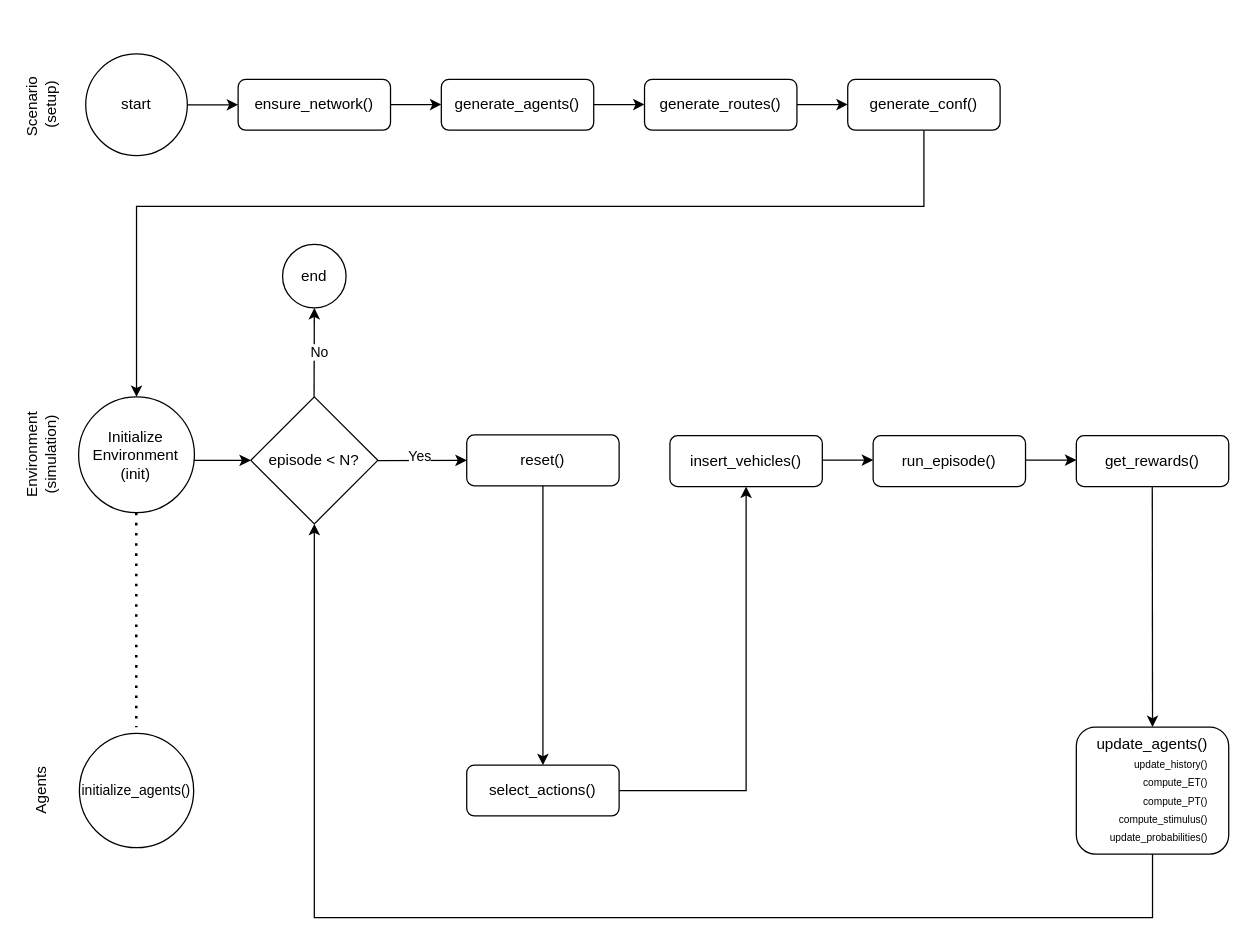
Above: Thesis.drawio in MiguelDonado/TFM_TraSIrr (draw.io), before the change. Source tidied: cells renumbered, new cells numbered last; positions are measured from the earlier drawing's top-left corner, leaving out a move shared by most shapes. Both pictures are drawn from the tidied source at 127%, with x=0, y=0 at pixel (-42, 53).
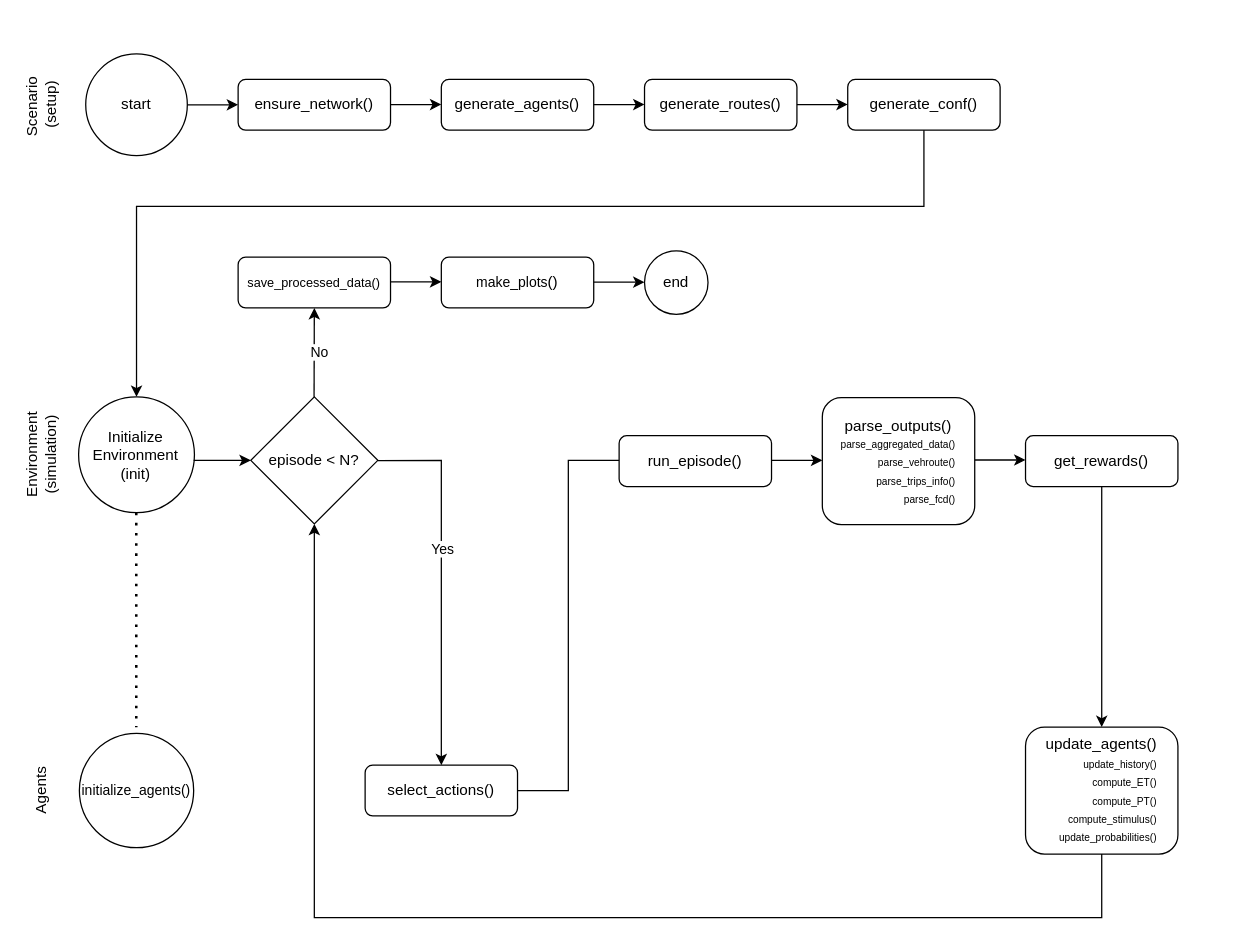
The same page after the edit.

The change refers to these unchanged cells:
```xml
<mxCell id="17" value="episode &amp;lt; N?" style="rhombus;whiteSpace=wrap;html=1;" parent="1" vertex="1">
  <mxGeometry x="230" y="270" width="100" height="100" as="geometry" />
</mxCell>
```

What changed in the source:
```diff
@@
-    <mxCell id="2" value="reset()" style="rounded=1;whiteSpace=wrap;html=1;" parent="1" vertex="1">
-      <mxGeometry x="400" y="300" width="120" height="40" as="geometry" />
-    </mxCell>
@@
-    <mxCell id="18" style="endArrow=classic;html=1;rounded=0;" parent="1" edge="1">
+    <mxCell id="18" style="endArrow=classic;html=1;rounded=0;entryX=0.5;entryY=0;entryDx=0;entryDy=0;" parent="1" edge="1" target="35">
       <mxGeometry relative="1" as="geometry">
         <mxPoint x="330" y="320.2" as="sourcePoint" />
-        <mxPoint x="400" y="320" as="targetPoint" />
+        <Array as="points">
+          <mxPoint x="380" y="320" />
+        </Array>
       </mxGeometry>
     </mxCell>
@@
     <mxCell id="22" value="end" style="ellipse;whiteSpace=wrap;html=1;" parent="1" vertex="1">
-      <mxGeometry x="255" y="150" width="50" height="50" as="geometry" />
+      <mxGeometry x="540" y="155" width="50" height="50" as="geometry" />
     </mxCell>
@@
     <mxCell id="24" value="&lt;div&gt;update_agents()&lt;/div&gt;&lt;div align=&quot;right&quot;&gt;&lt;font style=&quot;font-size: 8px;&quot;&gt;update_history()&lt;/font&gt;&lt;/div&gt;&lt;div align=&quot;right&quot;&gt;&lt;font style=&quot;font-size: 8px;&quot;&gt;compute_ET()&lt;/font&gt;&lt;/div&gt;&lt;div align=&quot;right&quot;&gt;&lt;font style=&quot;font-size: 8px;&quot;&gt;compute_PT()&lt;/font&gt;&lt;/div&gt;&lt;div align=&quot;right&quot;&gt;&lt;font style=&quot;font-size: 8px;&quot;&gt;compute_stimulus()&lt;/font&gt;&lt;/div&gt;&lt;div align=&quot;right&quot;&gt;&lt;font style=&quot;font-size: 8px;&quot;&gt;update_probabilities()&lt;/font&gt;&lt;/div&gt;" style="rounded=1;whiteSpace=wrap;html=1;" parent="1" vertex="1">
-      <mxGeometry x="880" y="530" width="120" height="100" as="geometry" />
+      <mxGeometry x="840" y="530" width="120" height="100" as="geometry" />
     </mxCell>
-    <mxCell id="25" style="endArrow=classic;html=1;rounded=0;exitX=0.5;exitY=1;exitDx=0;exitDy=0;" parent="1" edge="1" source="2">
-      <mxGeometry relative="1" as="geometry">
-        <mxPoint x="460" y="560" as="targetPoint" />
-      </mxGeometry>
-    </mxCell>
-    <mxCell id="26" style="endArrow=classic;html=1;rounded=0;exitX=0.455;exitY=1.02;exitDx=0;exitDy=0;exitPerimeter=0;entryX=0.5;entryY=0;entryDx=0;entryDy=0;" parent="1" edge="1" target="24">
-      <mxGeometry relative="1" as="geometry">
-        <mxPoint x="939.8" y="340.6" as="sourcePoint" />
-      </mxGeometry>
+    <mxCell id="26" style="endArrow=classic;html=1;rounded=0;entryX=0.5;entryY=0;entryDx=0;entryDy=0;exitX=0.5;exitY=1;exitDx=0;exitDy=0;" parent="1" edge="1" source="40" target="24">
+      <mxGeometry relative="1" as="geometry" />
     </mxCell>
-    <mxCell id="27" style="endArrow=classic;html=1;rounded=0;curved=0;exitX=1;exitY=0.5;exitDx=0;exitDy=0;entryX=0.5;entryY=1;entryDx=0;entryDy=0;" parent="1" edge="1" source="35" target="36">
-      <mxGeometry relative="1" as="geometry">
-        <Array as="points">
-          <mxPoint x="620" y="580" />
-        </Array>
-      </mxGeometry>
-    </mxCell>
     <mxCell id="28" style="endArrow=classic;html=1;rounded=0;exitX=0.5;exitY=1;exitDx=0;exitDy=0;entryX=0.5;entryY=1;entryDx=0;entryDy=0;" parent="1" edge="1" source="24" target="17">
       <mxGeometry relative="1" as="geometry">
         <Array as="points">
-          <mxPoint x="940" y="680" />
+          <mxPoint x="900" y="680" />
           <mxPoint x="280" y="680" />
         </Array>
       </mxGeometry>
     </mxCell>
@@
     <mxCell id="35" value="select_actions()" style="rounded=1;whiteSpace=wrap;html=1;" parent="1" vertex="1">
-      <mxGeometry x="400" y="560" width="120" height="40" as="geometry" />
+      <mxGeometry x="320" y="560" width="120" height="40" as="geometry" />
     </mxCell>
-    <mxCell id="36" value="insert_vehicles()" style="rounded=1;whiteSpace=wrap;html=1;" parent="1" vertex="1">
-      <mxGeometry x="560" y="300.6" width="120" height="40" as="geometry" />
-    </mxCell>
-    <mxCell id="37" style="endArrow=classic;html=1;rounded=0;entryX=0;entryY=0.451;entryDx=0;entryDy=0;exitX=1;exitY=0.5;exitDx=0;exitDy=0;entryPerimeter=0;" parent="1" edge="1">
+    <mxCell id="37" style="endArrow=classic;html=1;rounded=0;" parent="1" edge="1" source="35">
       <mxGeometry relative="1" as="geometry">
-        <mxPoint x="680" y="319.8" as="sourcePoint" />
-        <mxPoint x="720" y="319.8" as="targetPoint" />
+        <mxPoint x="680" y="320" as="targetPoint" />
+        <Array as="points">
+          <mxPoint x="480" y="580" />
+          <mxPoint x="480" y="320" />
+        </Array>
       </mxGeometry>
     </mxCell>
     <mxCell id="38" value="run_episode()" style="rounded=1;whiteSpace=wrap;html=1;" parent="1" vertex="1">
-      <mxGeometry x="720" y="300.6" width="120" height="40" as="geometry" />
+      <mxGeometry x="520" y="300.6" width="120" height="40" as="geometry" />
     </mxCell>
     <mxCell id="39" style="endArrow=classic;html=1;rounded=0;entryX=0;entryY=0.451;entryDx=0;entryDy=0;exitX=1;exitY=0.5;exitDx=0;exitDy=0;entryPerimeter=0;" parent="1" edge="1">
       <mxGeometry relative="1" as="geometry">
-        <mxPoint x="840" y="319.8" as="sourcePoint" />
-        <mxPoint x="880" y="319.8" as="targetPoint" />
+        <mxPoint x="800" y="319.7" as="sourcePoint" />
+        <mxPoint x="840" y="319.7" as="targetPoint" />
       </mxGeometry>
     </mxCell>
     <mxCell id="40" value="get_rewards()" style="rounded=1;whiteSpace=wrap;html=1;" parent="1" vertex="1">
-      <mxGeometry x="880" y="300.6" width="120" height="40" as="geometry" />
+      <mxGeometry x="840" y="300.6" width="120" height="40" as="geometry" />
     </mxCell>
+    <mxCell id="41" value="&lt;div&gt;parse_outputs()&lt;/div&gt;&lt;div align=&quot;right&quot;&gt;&lt;font style=&quot;font-size: 8px;&quot;&gt;parse_aggregated_data()&lt;/font&gt;&lt;/div&gt;&lt;div align=&quot;right&quot;&gt;&lt;font style=&quot;font-size: 8px;&quot;&gt;parse_vehroute()&lt;/font&gt;&lt;/div&gt;&lt;div align=&quot;right&quot;&gt;&lt;font style=&quot;font-size: 8px;&quot;&gt;parse_trips_info()&lt;/font&gt;&lt;/div&gt;&lt;div align=&quot;right&quot;&gt;&lt;font style=&quot;font-size: 8px;&quot;&gt;parse_fcd()&lt;/font&gt;&lt;/div&gt;" style="rounded=1;whiteSpace=wrap;html=1;" parent="1" vertex="1">
+      <mxGeometry x="680" y="270.6" width="120" height="100" as="geometry" />
+    </mxCell>
+    <mxCell id="42" value="&lt;font style=&quot;font-size: 10px;&quot;&gt;&lt;font style=&quot;&quot;&gt;save_processed_data&lt;/font&gt;()&lt;/font&gt;" style="rounded=1;whiteSpace=wrap;html=1;" parent="1" vertex="1">
+      <mxGeometry x="220" y="160" width="120" height="40" as="geometry" />
+    </mxCell>
+    <mxCell id="43" value="&lt;font style=&quot;font-size: 11px;&quot;&gt;make_plots&lt;/font&gt;()" style="rounded=1;whiteSpace=wrap;html=1;" parent="1" vertex="1">
+      <mxGeometry x="380" y="160" width="120" height="40" as="geometry" />
+    </mxCell>
+    <mxCell id="44" style="endArrow=classic;html=1;rounded=0;entryX=0;entryY=0.451;entryDx=0;entryDy=0;exitX=1;exitY=0.5;exitDx=0;exitDy=0;entryPerimeter=0;" parent="1" edge="1">
+      <mxGeometry relative="1" as="geometry">
+        <mxPoint x="340" y="179.4" as="sourcePoint" />
+        <mxPoint x="380" y="179.4" as="targetPoint" />
+      </mxGeometry>
+    </mxCell>
+    <mxCell id="45" style="endArrow=classic;html=1;rounded=0;entryX=0;entryY=0.451;entryDx=0;entryDy=0;exitX=1;exitY=0.5;exitDx=0;exitDy=0;entryPerimeter=0;" parent="1" edge="1">
+      <mxGeometry relative="1" as="geometry">
+        <mxPoint x="500" y="179.7" as="sourcePoint" />
+        <mxPoint x="540" y="179.7" as="targetPoint" />
+      </mxGeometry>
+    </mxCell>
```
